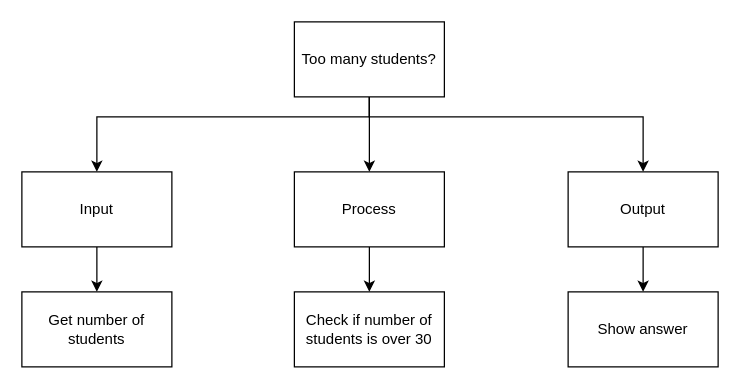
The draw.io diagram docs/structured-problem-solving/images/top-down-if-then.drawio in Mr-Coxall/Computer-Based-Problem-Solving, before the edit. Source tidied: cells renumbered, new cells numbered last; positions are measured from the earlier drawing's top-left corner, leaving out a move shared by most shapes. Both pictures are drawn from the tidied source at 125%, with x=0, y=0 at pixel (21, 21).
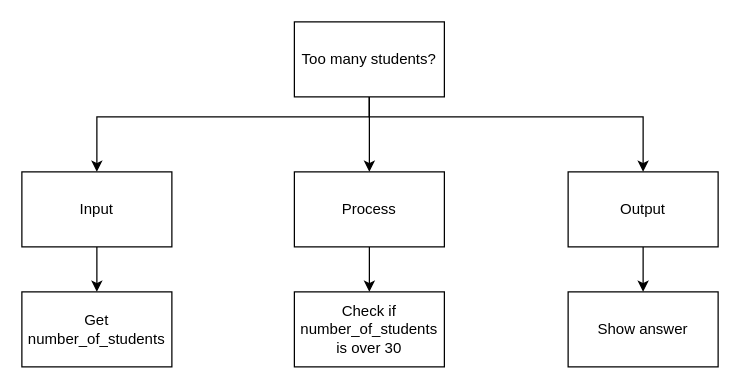
The same page after the edit.

What changed in the source:
```diff
@@
 <mxGraphModel>
   <root>
     <mxCell id="0" />
     <mxCell id="1" parent="0" />
     <mxCell id="2" style="edgeStyle=orthogonalEdgeStyle;html=1;rounded=0;" parent="1" edge="1" source="5" target="7">
       <mxGeometry relative="1" as="geometry" />
     </mxCell>
     <mxCell id="3" style="edgeStyle=orthogonalEdgeStyle;shape=connector;rounded=0;html=1;labelBackgroundColor=default;strokeColor=default;fontFamily=Helvetica;fontSize=11;fontColor=default;endArrow=classic;" parent="1" edge="1" source="5" target="9">
       <mxGeometry relative="1" as="geometry">
         <Array as="points">
           <mxPoint x="278" y="76" />
           <mxPoint x="60" y="76" />
         </Array>
       </mxGeometry>
     </mxCell>
     <mxCell id="4" style="edgeStyle=orthogonalEdgeStyle;shape=connector;rounded=0;html=1;labelBackgroundColor=default;strokeColor=default;fontFamily=Helvetica;fontSize=11;fontColor=default;endArrow=classic;" parent="1" edge="1" source="5" target="11">
       <mxGeometry relative="1" as="geometry">
         <Array as="points">
           <mxPoint x="278" y="76" />
           <mxPoint x="497" y="76" />
         </Array>
       </mxGeometry>
     </mxCell>
     <mxCell id="5" value="Too many students?" style="rounded=0;whiteSpace=wrap;html=1;" parent="1" vertex="1">
       <mxGeometry x="218" width="120" height="60" as="geometry" />
     </mxCell>
     <mxCell id="6" style="edgeStyle=orthogonalEdgeStyle;html=1;rounded=0;" parent="1" edge="1" source="7" target="13">
       <mxGeometry relative="1" as="geometry" />
     </mxCell>
     <mxCell id="7" value="Process" style="rounded=0;whiteSpace=wrap;html=1;" parent="1" vertex="1">
       <mxGeometry x="218" y="120" width="120" height="60" as="geometry" />
     </mxCell>
     <mxCell id="8" style="edgeStyle=orthogonalEdgeStyle;shape=connector;rounded=0;html=1;labelBackgroundColor=default;strokeColor=default;fontFamily=Helvetica;fontSize=11;fontColor=default;endArrow=classic;" parent="1" edge="1" source="9" target="12">
       <mxGeometry relative="1" as="geometry" />
     </mxCell>
     <mxCell id="9" value="Input" style="rounded=0;whiteSpace=wrap;html=1;" parent="1" vertex="1">
       <mxGeometry y="120" width="120" height="60" as="geometry" />
     </mxCell>
     <mxCell id="10" style="edgeStyle=orthogonalEdgeStyle;shape=connector;rounded=0;html=1;labelBackgroundColor=default;strokeColor=default;fontFamily=Helvetica;fontSize=11;fontColor=default;endArrow=classic;" parent="1" edge="1" source="11" target="14">
       <mxGeometry relative="1" as="geometry" />
     </mxCell>
     <mxCell id="11" value="Output" style="rounded=0;whiteSpace=wrap;html=1;" parent="1" vertex="1">
       <mxGeometry x="437" y="120" width="120" height="60" as="geometry" />
     </mxCell>
-    <mxCell id="12" value="Get number of students" style="rounded=0;whiteSpace=wrap;html=1;" parent="1" vertex="1">
+    <mxCell id="12" value="Get number_of_students" style="rounded=0;whiteSpace=wrap;html=1;" parent="1" vertex="1">
       <mxGeometry y="216" width="120" height="60" as="geometry" />
     </mxCell>
-    <mxCell id="13" value="Check if number of students is over 30" style="rounded=0;whiteSpace=wrap;html=1;" parent="1" vertex="1">
+    <mxCell id="13" value="Check if number_of_students is over 30" style="rounded=0;whiteSpace=wrap;html=1;" parent="1" vertex="1">
       <mxGeometry x="218" y="216" width="120" height="60" as="geometry" />
     </mxCell>
     <mxCell id="14" value="Show answer" style="rounded=0;whiteSpace=wrap;html=1;" parent="1" vertex="1">
       <mxGeometry x="437" y="216" width="120" height="60" as="geometry" />
     </mxCell>
   </root>
 </mxGraphModel>
```
